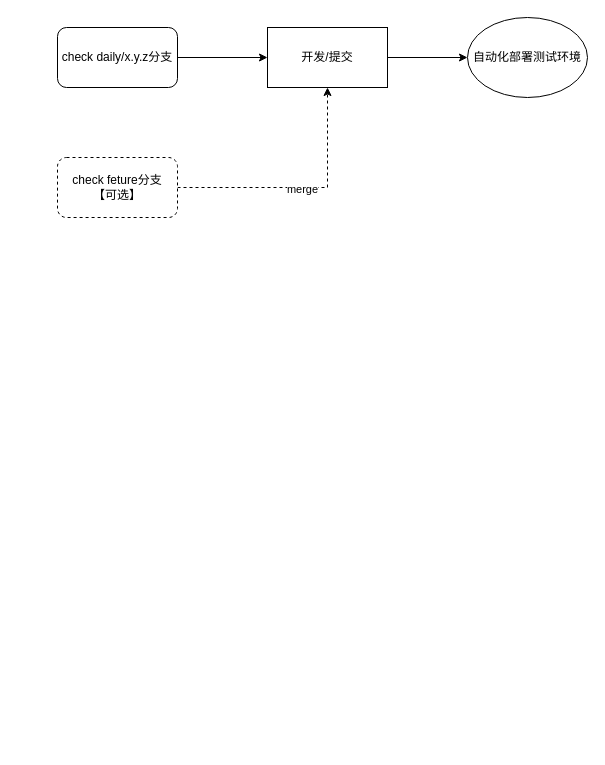
lokewei/draw.io keeps this draw.io diagram as gitlab flow.drawio. Above is the earlier version. Source tidied: cells renumbered, new cells numbered last; positions are measured from the earlier drawing's top-left corner, leaving out a move shared by most shapes. Both pictures are drawn from the tidied source at 100%, with x=0, y=0 at pixel (57, 17).
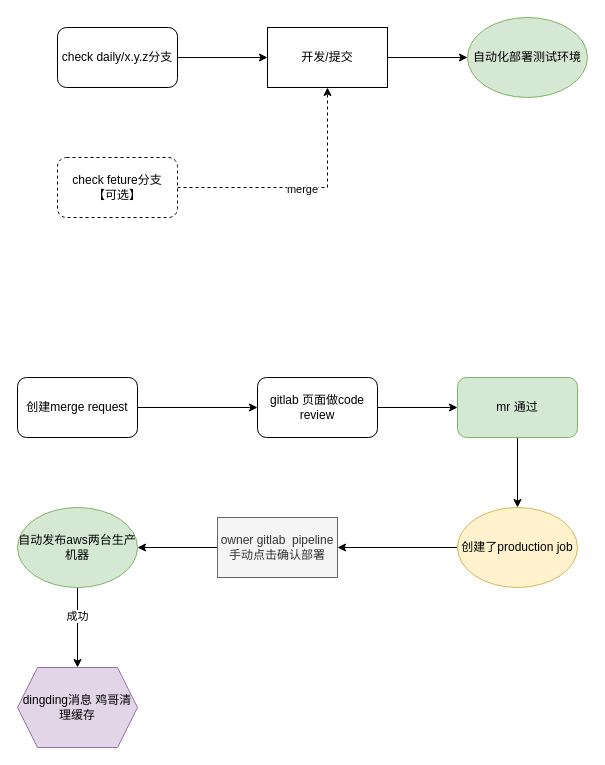
Above is the later version.

What changed in the source:
```diff
@@
-    <mxCell id="9" value="自动化部署测试环境" style="ellipse;whiteSpace=wrap;html=1;rounded=0;" parent="1" vertex="1">
+    <mxCell id="9" value="自动化部署测试环境" style="ellipse;whiteSpace=wrap;html=1;rounded=0;fillColor=#d5e8d4;strokeColor=#82b366;" parent="1" vertex="1">
       <mxGeometry x="410" width="120" height="80" as="geometry" />
     </mxCell>
+    <mxCell id="10" style="edgeStyle=orthogonalEdgeStyle;rounded=0;jettySize=auto;html=1;" parent="1" edge="1" source="11" target="13">
+      <mxGeometry relative="1" as="geometry" />
+    </mxCell>
+    <mxCell id="11" value="创建merge request" style="rounded=1;whiteSpace=wrap;html=1;" parent="1" vertex="1">
+      <mxGeometry x="-40" y="360" width="120" height="60" as="geometry" />
+    </mxCell>
+    <mxCell id="12" style="edgeStyle=orthogonalEdgeStyle;rounded=0;jettySize=auto;html=1;" parent="1" edge="1" source="13" target="15">
+      <mxGeometry relative="1" as="geometry" />
+    </mxCell>
+    <mxCell id="13" value="gitlab 页面做code review" style="whiteSpace=wrap;html=1;rounded=1;" parent="1" vertex="1">
+      <mxGeometry x="200" y="360" width="120" height="60" as="geometry" />
+    </mxCell>
+    <mxCell id="14" style="edgeStyle=orthogonalEdgeStyle;rounded=0;jettySize=auto;html=1;entryX=0.5;entryY=0;entryDx=0;entryDy=0;" parent="1" edge="1" source="15" target="17">
+      <mxGeometry relative="1" as="geometry" />
+    </mxCell>
+    <mxCell id="15" value="mr 通过" style="whiteSpace=wrap;html=1;rounded=1;fillColor=#d5e8d4;strokeColor=#82b366;" parent="1" vertex="1">
+      <mxGeometry x="400" y="360" width="120" height="60" as="geometry" />
+    </mxCell>
+    <mxCell id="16" style="edgeStyle=orthogonalEdgeStyle;rounded=0;jettySize=auto;html=1;" parent="1" edge="1" source="17" target="19">
+      <mxGeometry relative="1" as="geometry" />
+    </mxCell>
+    <mxCell id="17" value="创建了production job" style="ellipse;whiteSpace=wrap;html=1;rounded=0;fillColor=#fff2cc;strokeColor=#d6b656;" parent="1" vertex="1">
+      <mxGeometry x="400" y="490" width="120" height="80" as="geometry" />
+    </mxCell>
+    <mxCell id="18" style="edgeStyle=orthogonalEdgeStyle;rounded=0;jettySize=auto;html=1;" parent="1" edge="1" source="19" target="22">
+      <mxGeometry relative="1" as="geometry" />
+    </mxCell>
+    <mxCell id="19" value="owner gitlab&amp;nbsp; pipeline&lt;br&gt;手动点击确认部署" style="whiteSpace=wrap;html=1;rounded=0;fillColor=#f5f5f5;strokeColor=#666666;fontColor=#333333;" parent="1" vertex="1">
+      <mxGeometry x="160" y="500" width="120" height="60" as="geometry" />
+    </mxCell>
+    <mxCell id="20" style="edgeStyle=orthogonalEdgeStyle;rounded=0;jettySize=auto;html=1;" parent="1" edge="1" source="22" target="23">
+      <mxGeometry relative="1" as="geometry" />
+    </mxCell>
+    <mxCell id="21" value="成功" style="edgeLabel;html=1;align=center;verticalAlign=middle;" parent="20" vertex="1">
+      <mxGeometry x="-0.3" y="-1" relative="1" as="geometry" />
+    </mxCell>
+    <mxCell id="22" value="自动发布aws两台生产机器" style="ellipse;whiteSpace=wrap;html=1;rounded=0;fillColor=#d5e8d4;strokeColor=#82b366;" parent="1" vertex="1">
+      <mxGeometry x="-40" y="490" width="120" height="80" as="geometry" />
+    </mxCell>
+    <mxCell id="23" value="dingding消息 鸡哥清理缓存" style="shape=hexagon;perimeter=hexagonPerimeter2;whiteSpace=wrap;html=1;fixedSize=1;rounded=0;fillColor=#e1d5e7;strokeColor=#9673a6;" parent="1" vertex="1">
+      <mxGeometry x="-40" y="650" width="120" height="80" as="geometry" />
+    </mxCell>
```
